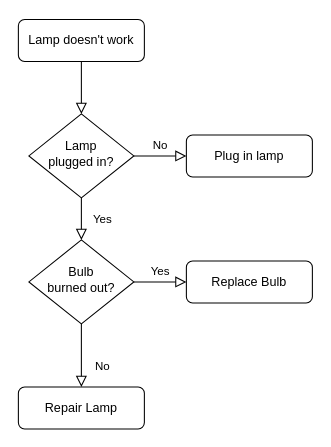
Above: Untitled Diagram.drawio in casper-van-der-krift/100-Days-of-Code (draw.io), before the change. Source tidied: cells renumbered, new cells numbered last; positions are measured from the earlier drawing's top-left corner, leaving out a move shared by most shapes. Both pictures are drawn from the tidied source at 105%, with x=0, y=0 at pixel (18, 19).
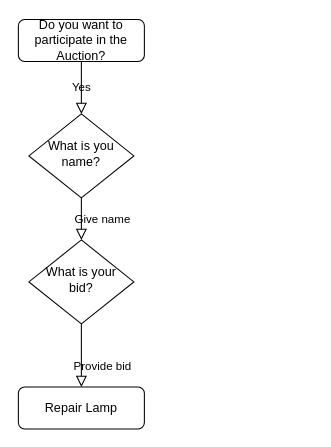
The same page after the edit.

Change to the diagram source:
```diff
@@
 <mxGraphModel>
   <root>
     <mxCell id="0" />
     <mxCell id="1" parent="0" />
-    <mxCell id="2" style="rounded=0;html=1;jettySize=auto;fontSize=11;endArrow=block;endFill=0;endSize=8;strokeWidth=1;shadow=0;labelBackgroundColor=none;edgeStyle=orthogonalEdgeStyle;" parent="1" edge="1" source="3" target="6">
-      <mxGeometry relative="1" as="geometry" />
+    <mxCell id="2" value="Yes" style="rounded=0;html=1;jettySize=auto;fontSize=11;endArrow=block;endFill=0;endSize=8;strokeWidth=1;shadow=0;labelBackgroundColor=none;edgeStyle=orthogonalEdgeStyle;" parent="1" edge="1" source="3" target="6">
+      <mxGeometry relative="1" as="geometry">
+        <Array as="points">
+          <mxPoint x="60" y="80" />
+          <mxPoint x="60" y="80" />
+        </Array>
+      </mxGeometry>
     </mxCell>
-    <mxCell id="3" value="Lamp doesn't work" style="rounded=1;whiteSpace=wrap;html=1;fontSize=12;glass=0;strokeWidth=1;shadow=0;" parent="1" vertex="1">
+    <mxCell id="3" value="Do you want to participate in the Auction?" style="rounded=1;whiteSpace=wrap;html=1;fontSize=12;glass=0;strokeWidth=1;shadow=0;" parent="1" vertex="1">
       <mxGeometry width="120" height="40" as="geometry" />
     </mxCell>
-    <mxCell id="4" value="Yes" style="rounded=0;html=1;jettySize=auto;fontSize=11;endArrow=block;endFill=0;endSize=8;strokeWidth=1;shadow=0;labelBackgroundColor=none;edgeStyle=orthogonalEdgeStyle;" parent="1" edge="1" source="6" target="10">
+    <mxCell id="4" value="Give name" style="rounded=0;html=1;jettySize=auto;fontSize=11;endArrow=block;endFill=0;endSize=8;strokeWidth=1;shadow=0;labelBackgroundColor=none;edgeStyle=orthogonalEdgeStyle;" parent="1" edge="1" source="6" target="10">
       <mxGeometry y="20" relative="1" as="geometry" />
     </mxCell>
-    <mxCell id="5" value="No" style="edgeStyle=orthogonalEdgeStyle;rounded=0;html=1;jettySize=auto;fontSize=11;endArrow=block;endFill=0;endSize=8;strokeWidth=1;shadow=0;labelBackgroundColor=none;" parent="1" edge="1" source="6" target="7">
-      <mxGeometry y="10" relative="1" as="geometry" />
-    </mxCell>
-    <mxCell id="6" value="Lamp&lt;br&gt;plugged in?" style="rhombus;whiteSpace=wrap;html=1;shadow=0;fontFamily=Helvetica;fontSize=12;align=center;strokeWidth=1;spacing=6;spacingTop=-4;" parent="1" vertex="1">
+    <mxCell id="6" value="What is you name?" style="rhombus;whiteSpace=wrap;html=1;shadow=0;fontFamily=Helvetica;fontSize=12;align=center;strokeWidth=1;spacing=6;spacingTop=-4;" parent="1" vertex="1">
       <mxGeometry x="10" y="90" width="100" height="80" as="geometry" />
     </mxCell>
-    <mxCell id="7" value="Plug in lamp" style="rounded=1;whiteSpace=wrap;html=1;fontSize=12;glass=0;strokeWidth=1;shadow=0;" parent="1" vertex="1">
-      <mxGeometry x="160" y="110" width="120" height="40" as="geometry" />
-    </mxCell>
-    <mxCell id="8" value="No" style="rounded=0;html=1;jettySize=auto;fontSize=11;endArrow=block;endFill=0;endSize=8;strokeWidth=1;shadow=0;labelBackgroundColor=none;edgeStyle=orthogonalEdgeStyle;" parent="1" edge="1" source="10" target="11">
+    <mxCell id="8" value="Provide bid" style="rounded=0;html=1;jettySize=auto;fontSize=11;endArrow=block;endFill=0;endSize=8;strokeWidth=1;shadow=0;labelBackgroundColor=none;edgeStyle=orthogonalEdgeStyle;" parent="1" edge="1" source="10" target="11">
       <mxGeometry x="0.33" y="20" relative="1" as="geometry" />
     </mxCell>
-    <mxCell id="9" value="Yes" style="edgeStyle=orthogonalEdgeStyle;rounded=0;html=1;jettySize=auto;fontSize=11;endArrow=block;endFill=0;endSize=8;strokeWidth=1;shadow=0;labelBackgroundColor=none;" parent="1" edge="1" source="10" target="12">
-      <mxGeometry y="10" relative="1" as="geometry" />
-    </mxCell>
-    <mxCell id="10" value="Bulb&lt;br&gt;burned out?" style="rhombus;whiteSpace=wrap;html=1;shadow=0;fontFamily=Helvetica;fontSize=12;align=center;strokeWidth=1;spacing=6;spacingTop=-4;" parent="1" vertex="1">
+    <mxCell id="10" value="What is your bid?" style="rhombus;whiteSpace=wrap;html=1;shadow=0;fontFamily=Helvetica;fontSize=12;align=center;strokeWidth=1;spacing=6;spacingTop=-4;" parent="1" vertex="1">
       <mxGeometry x="10" y="210" width="100" height="80" as="geometry" />
     </mxCell>
     <mxCell id="11" value="Repair Lamp" style="rounded=1;whiteSpace=wrap;html=1;fontSize=12;glass=0;strokeWidth=1;shadow=0;" parent="1" vertex="1">
       <mxGeometry y="350" width="120" height="40" as="geometry" />
     </mxCell>
-    <mxCell id="12" value="Replace Bulb" style="rounded=1;whiteSpace=wrap;html=1;fontSize=12;glass=0;strokeWidth=1;shadow=0;" parent="1" vertex="1">
-      <mxGeometry x="160" y="230" width="120" height="40" as="geometry" />
-    </mxCell>
   </root>
 </mxGraphModel>
```
